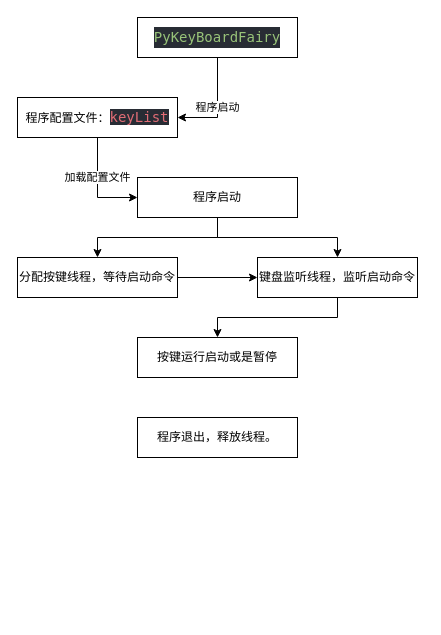
bosichong/PyKeyBoardFairy keeps this draw.io diagram as k.dio. Above is the earlier version. Source tidied: cells renumbered, new cells numbered last; positions are measured from the earlier drawing's top-left corner, leaving out a move shared by most shapes. Both pictures are drawn from the tidied source at 100%, with x=0, y=0 at pixel (17, 17).
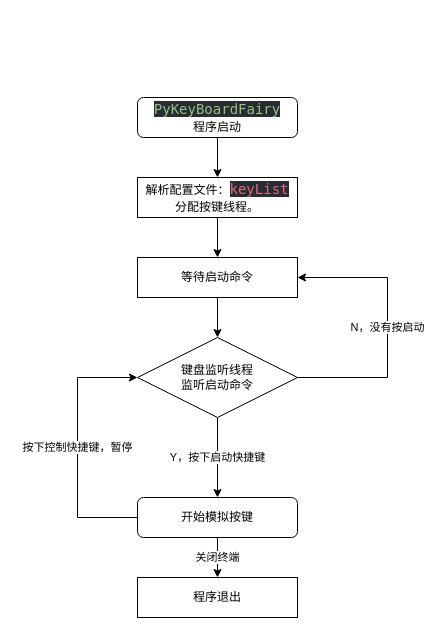
Above is the later version.

Commit message:
更新程序流程图

What changed in the source:
```diff
@@
 <mxGraphModel>
   <root>
     <mxCell id="0" />
     <mxCell id="1" parent="0" />
-    <mxCell id="2" value="程序启动" style="edgeStyle=orthogonalEdgeStyle;rounded=0;jettySize=auto;html=1;entryX=1;entryY=0.5;entryDx=0;entryDy=0;" parent="1" edge="1" source="3" target="6">
-      <mxGeometry relative="1" as="geometry" />
-    </mxCell>
-    <mxCell id="3" value="&lt;div style=&quot;color: rgb(171 , 178 , 191) ; background-color: rgb(40 , 44 , 52) ; font-family: &amp;#34;menlo&amp;#34; , &amp;#34;monaco&amp;#34; , &amp;#34;courier new&amp;#34; , monospace ; font-size: 14px ; line-height: 21px&quot;&gt;&lt;span style=&quot;color: #98c379&quot;&gt;PyKeyBoardFairy&lt;/span&gt;&lt;/div&gt;" style="rounded=0;whiteSpace=wrap;html=1;" parent="1" vertex="1">
-      <mxGeometry x="120" width="160" height="40" as="geometry" />
-    </mxCell>
-    <mxCell id="4" style="edgeStyle=orthogonalEdgeStyle;rounded=0;jettySize=auto;html=1;exitX=0.5;exitY=1;exitDx=0;exitDy=0;entryX=0;entryY=0.5;entryDx=0;entryDy=0;" parent="1" edge="1" source="6" target="9">
-      <mxGeometry relative="1" as="geometry" />
-    </mxCell>
-    <mxCell id="5" value="加载配置文件" style="edgeLabel;html=1;align=center;verticalAlign=middle;" parent="4" vertex="1">
-      <mxGeometry x="-0.22" y="-1" relative="1" as="geometry" />
-    </mxCell>
+    <mxCell id="16" style="edgeStyle=orthogonalEdgeStyle;rounded=0;jettySize=auto;html=1;entryX=0.5;entryY=0;entryDx=0;entryDy=0;" parent="1" edge="1" source="6" target="11">
+      <mxGeometry relative="1" as="geometry" />
+    </mxCell>
-    <mxCell id="6" value="程序配置文件：&lt;span style=&quot;color: rgb(224 , 108 , 117) ; background-color: rgb(40 , 44 , 52) ; font-family: &amp;#34;menlo&amp;#34; , &amp;#34;monaco&amp;#34; , &amp;#34;courier new&amp;#34; , monospace ; font-size: 14px&quot;&gt;keyList&lt;/span&gt;" style="rounded=0;whiteSpace=wrap;html=1;" parent="1" vertex="1">
-      <mxGeometry y="80" width="160" height="40" as="geometry" />
+    <mxCell id="6" value="解析配置文件：&lt;span style=&quot;color: rgb(224 , 108 , 117) ; background-color: rgb(40 , 44 , 52) ; font-family: &amp;#34;menlo&amp;#34; , &amp;#34;monaco&amp;#34; , &amp;#34;courier new&amp;#34; , monospace ; font-size: 14px&quot;&gt;keyList&lt;br&gt;&lt;/span&gt;分配按键线程。&lt;span style=&quot;color: rgb(224 , 108 , 117) ; background-color: rgb(40 , 44 , 52) ; font-family: &amp;#34;menlo&amp;#34; , &amp;#34;monaco&amp;#34; , &amp;#34;courier new&amp;#34; , monospace ; font-size: 14px&quot;&gt;&lt;br&gt;&lt;/span&gt;" style="rounded=0;whiteSpace=wrap;html=1;" parent="1" vertex="1">
+      <mxGeometry x="120" y="160" width="160" height="40" as="geometry" />
     </mxCell>
-    <mxCell id="7" style="edgeStyle=orthogonalEdgeStyle;rounded=0;jettySize=auto;html=1;entryX=0.5;entryY=0;entryDx=0;entryDy=0;" parent="1" edge="1" source="9" target="11">
-      <mxGeometry relative="1" as="geometry" />
-    </mxCell>
-    <mxCell id="8" style="edgeStyle=orthogonalEdgeStyle;rounded=0;jettySize=auto;html=1;entryX=0.5;entryY=0;entryDx=0;entryDy=0;" parent="1" edge="1" source="9" target="13">
-      <mxGeometry relative="1" as="geometry" />
-    </mxCell>
-    <mxCell id="9" value="程序启动" style="rounded=0;whiteSpace=wrap;html=1;" parent="1" vertex="1">
-      <mxGeometry x="120" y="160" width="160" height="40" as="geometry" />
-    </mxCell>
-    <mxCell id="10" style="edgeStyle=orthogonalEdgeStyle;rounded=0;jettySize=auto;html=1;entryX=0;entryY=0.5;entryDx=0;entryDy=0;" parent="1" edge="1" source="11" target="13">
-      <mxGeometry relative="1" as="geometry" />
-    </mxCell>
+    <mxCell id="17" style="edgeStyle=orthogonalEdgeStyle;rounded=0;jettySize=auto;html=1;exitX=0.5;exitY=1;exitDx=0;exitDy=0;entryX=0.5;entryY=0;entryDx=0;entryDy=0;" parent="1" edge="1" source="11" target="22">
+      <mxGeometry relative="1" as="geometry" />
+    </mxCell>
-    <mxCell id="11" value="分配按键线程，等待启动命令" style="rounded=0;whiteSpace=wrap;html=1;" parent="1" vertex="1">
-      <mxGeometry y="240" width="160" height="40" as="geometry" />
+    <mxCell id="11" value="等待启动命令" style="rounded=0;whiteSpace=wrap;html=1;" parent="1" vertex="1">
+      <mxGeometry x="120" y="240" width="160" height="40" as="geometry" />
     </mxCell>
-    <mxCell id="12" style="edgeStyle=orthogonalEdgeStyle;rounded=0;jettySize=auto;html=1;" parent="1" edge="1" source="13" target="14">
-      <mxGeometry relative="1" as="geometry" />
-    </mxCell>
-    <mxCell id="13" value="键盘监听线程，监听启动命令" style="rounded=0;whiteSpace=wrap;html=1;" parent="1" vertex="1">
-      <mxGeometry x="240" y="240" width="160" height="40" as="geometry" />
-    </mxCell>
-    <mxCell id="14" value="按键运行启动或是暂停" style="rounded=0;whiteSpace=wrap;html=1;" parent="1" vertex="1">
-      <mxGeometry x="120" y="320" width="160" height="40" as="geometry" />
-    </mxCell>
-    <mxCell id="15" value="程序退出，释放线程。" style="rounded=0;whiteSpace=wrap;html=1;" parent="1" vertex="1">
-      <mxGeometry x="120" y="400" width="160" height="40" as="geometry" />
-    </mxCell>
+    <mxCell id="18" style="edgeStyle=orthogonalEdgeStyle;rounded=0;jettySize=auto;html=1;exitX=0.5;exitY=1;exitDx=0;exitDy=0;entryX=0.5;entryY=0;entryDx=0;entryDy=0;" parent="1" edge="1" source="19" target="6">
+      <mxGeometry relative="1" as="geometry" />
+    </mxCell>
+    <mxCell id="19" value="&lt;span style=&quot;color: rgb(152 , 195 , 121) ; font-family: &amp;#34;menlo&amp;#34; , &amp;#34;monaco&amp;#34; , &amp;#34;courier new&amp;#34; , monospace ; font-size: 14px ; background-color: rgb(40 , 44 , 52)&quot;&gt;PyKeyBoardFairy&lt;br&gt;&lt;/span&gt;程序启动&lt;span style=&quot;color: rgb(152 , 195 , 121) ; font-family: &amp;#34;menlo&amp;#34; , &amp;#34;monaco&amp;#34; , &amp;#34;courier new&amp;#34; , monospace ; font-size: 14px ; background-color: rgb(40 , 44 , 52)&quot;&gt;&lt;br&gt;&lt;/span&gt;" style="rounded=1;whiteSpace=wrap;html=1;" parent="1" vertex="1">
+      <mxGeometry x="120" y="80" width="160" height="40" as="geometry" />
+    </mxCell>
+    <mxCell id="20" value="Y，按下启动快捷键" style="edgeStyle=orthogonalEdgeStyle;rounded=0;jettySize=auto;html=1;entryX=0.5;entryY=0;entryDx=0;entryDy=0;" parent="1" edge="1" source="22" target="25">
+      <mxGeometry relative="1" as="geometry" />
+    </mxCell>
+    <mxCell id="21" value="N，没有按启动" style="edgeStyle=orthogonalEdgeStyle;rounded=0;jettySize=auto;html=1;entryX=1;entryY=0.5;entryDx=0;entryDy=0;" parent="1" edge="1" source="22" target="11">
+      <mxGeometry relative="1" as="geometry">
+        <Array as="points">
+          <mxPoint x="370" y="360" />
+          <mxPoint x="370" y="260" />
+        </Array>
+      </mxGeometry>
+    </mxCell>
+    <mxCell id="22" value="&lt;span&gt;键盘监听线程&lt;br&gt;监听启动命令&lt;/span&gt;" style="rhombus;whiteSpace=wrap;html=1;" parent="1" vertex="1">
+      <mxGeometry x="120" y="320" width="160" height="80" as="geometry" />
+    </mxCell>
+    <mxCell id="23" value="按下控制快捷键，暂停" style="edgeStyle=orthogonalEdgeStyle;rounded=0;jettySize=auto;html=1;entryX=0;entryY=0.5;entryDx=0;entryDy=0;" parent="1" edge="1" source="25" target="22">
+      <mxGeometry relative="1" as="geometry">
+        <Array as="points">
+          <mxPoint x="60" y="500" />
+          <mxPoint x="60" y="360" />
+        </Array>
+      </mxGeometry>
+    </mxCell>
+    <mxCell id="24" value="关闭终端" style="edgeStyle=orthogonalEdgeStyle;rounded=0;jettySize=auto;html=1;exitX=0.5;exitY=1;exitDx=0;exitDy=0;entryX=0.5;entryY=0;entryDx=0;entryDy=0;" parent="1" edge="1" source="25" target="26">
+      <mxGeometry relative="1" as="geometry" />
+    </mxCell>
+    <mxCell id="25" value="开始模拟按键" style="rounded=1;whiteSpace=wrap;html=1;" parent="1" vertex="1">
+      <mxGeometry x="120" y="480" width="160" height="40" as="geometry" />
+    </mxCell>
+    <mxCell id="26" value="程序退出" style="rounded=0;whiteSpace=wrap;html=1;" parent="1" vertex="1">
+      <mxGeometry x="120" y="560" width="160" height="40" as="geometry" />
+    </mxCell>
   </root>
 </mxGraphModel>
```
